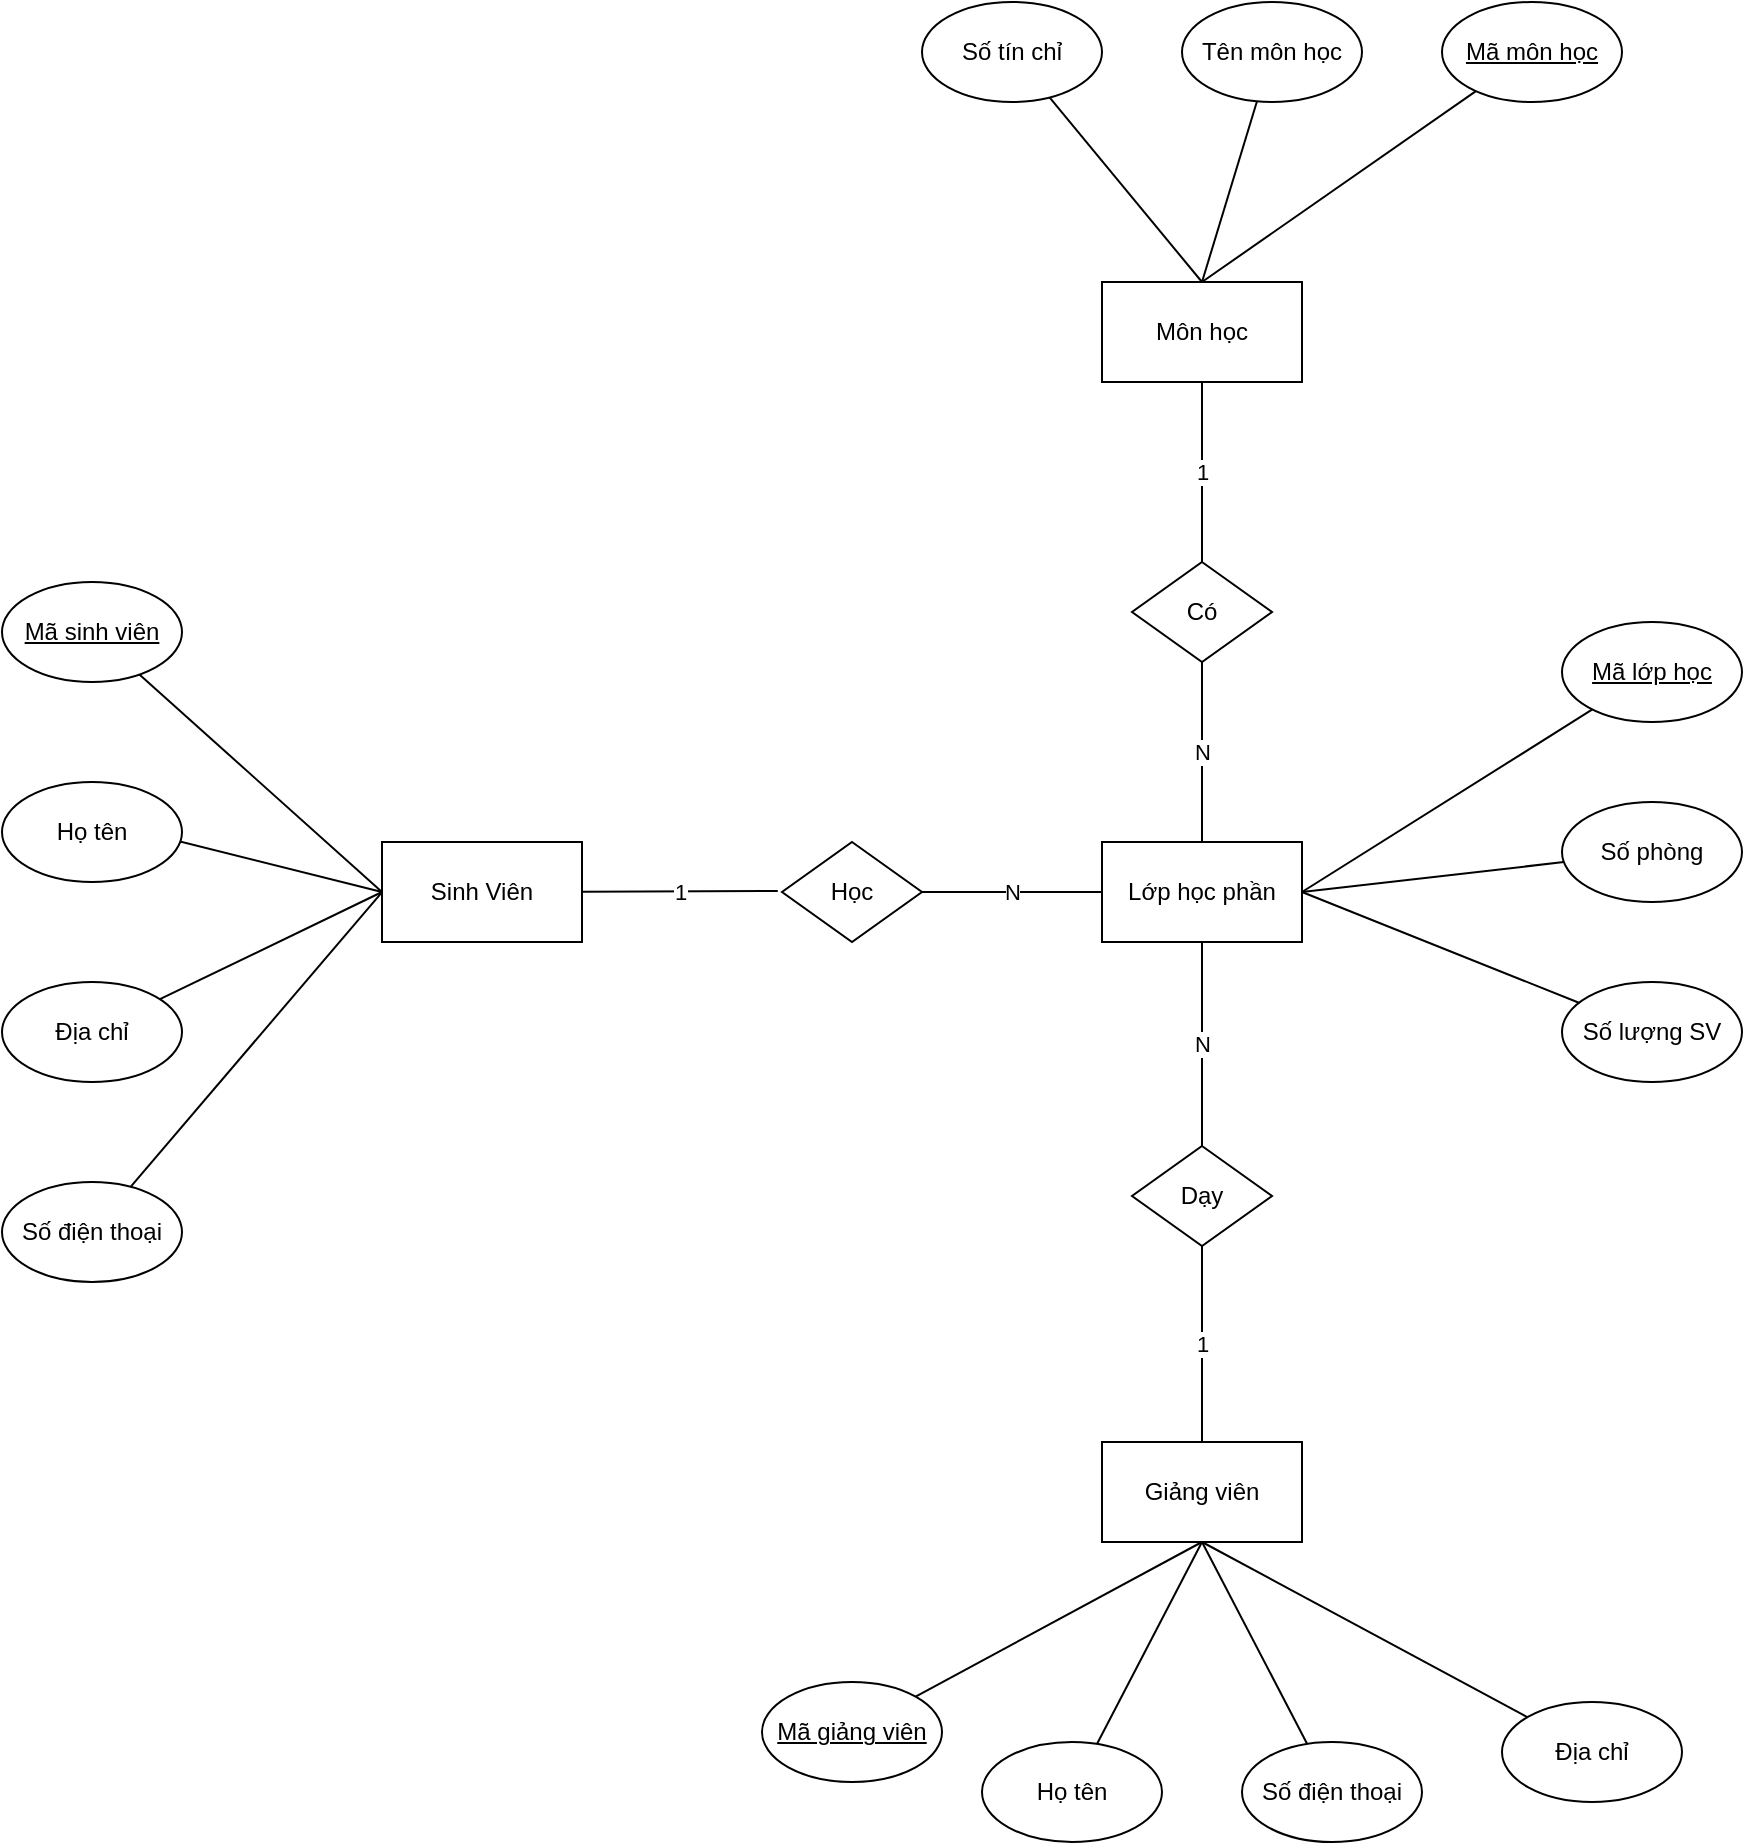
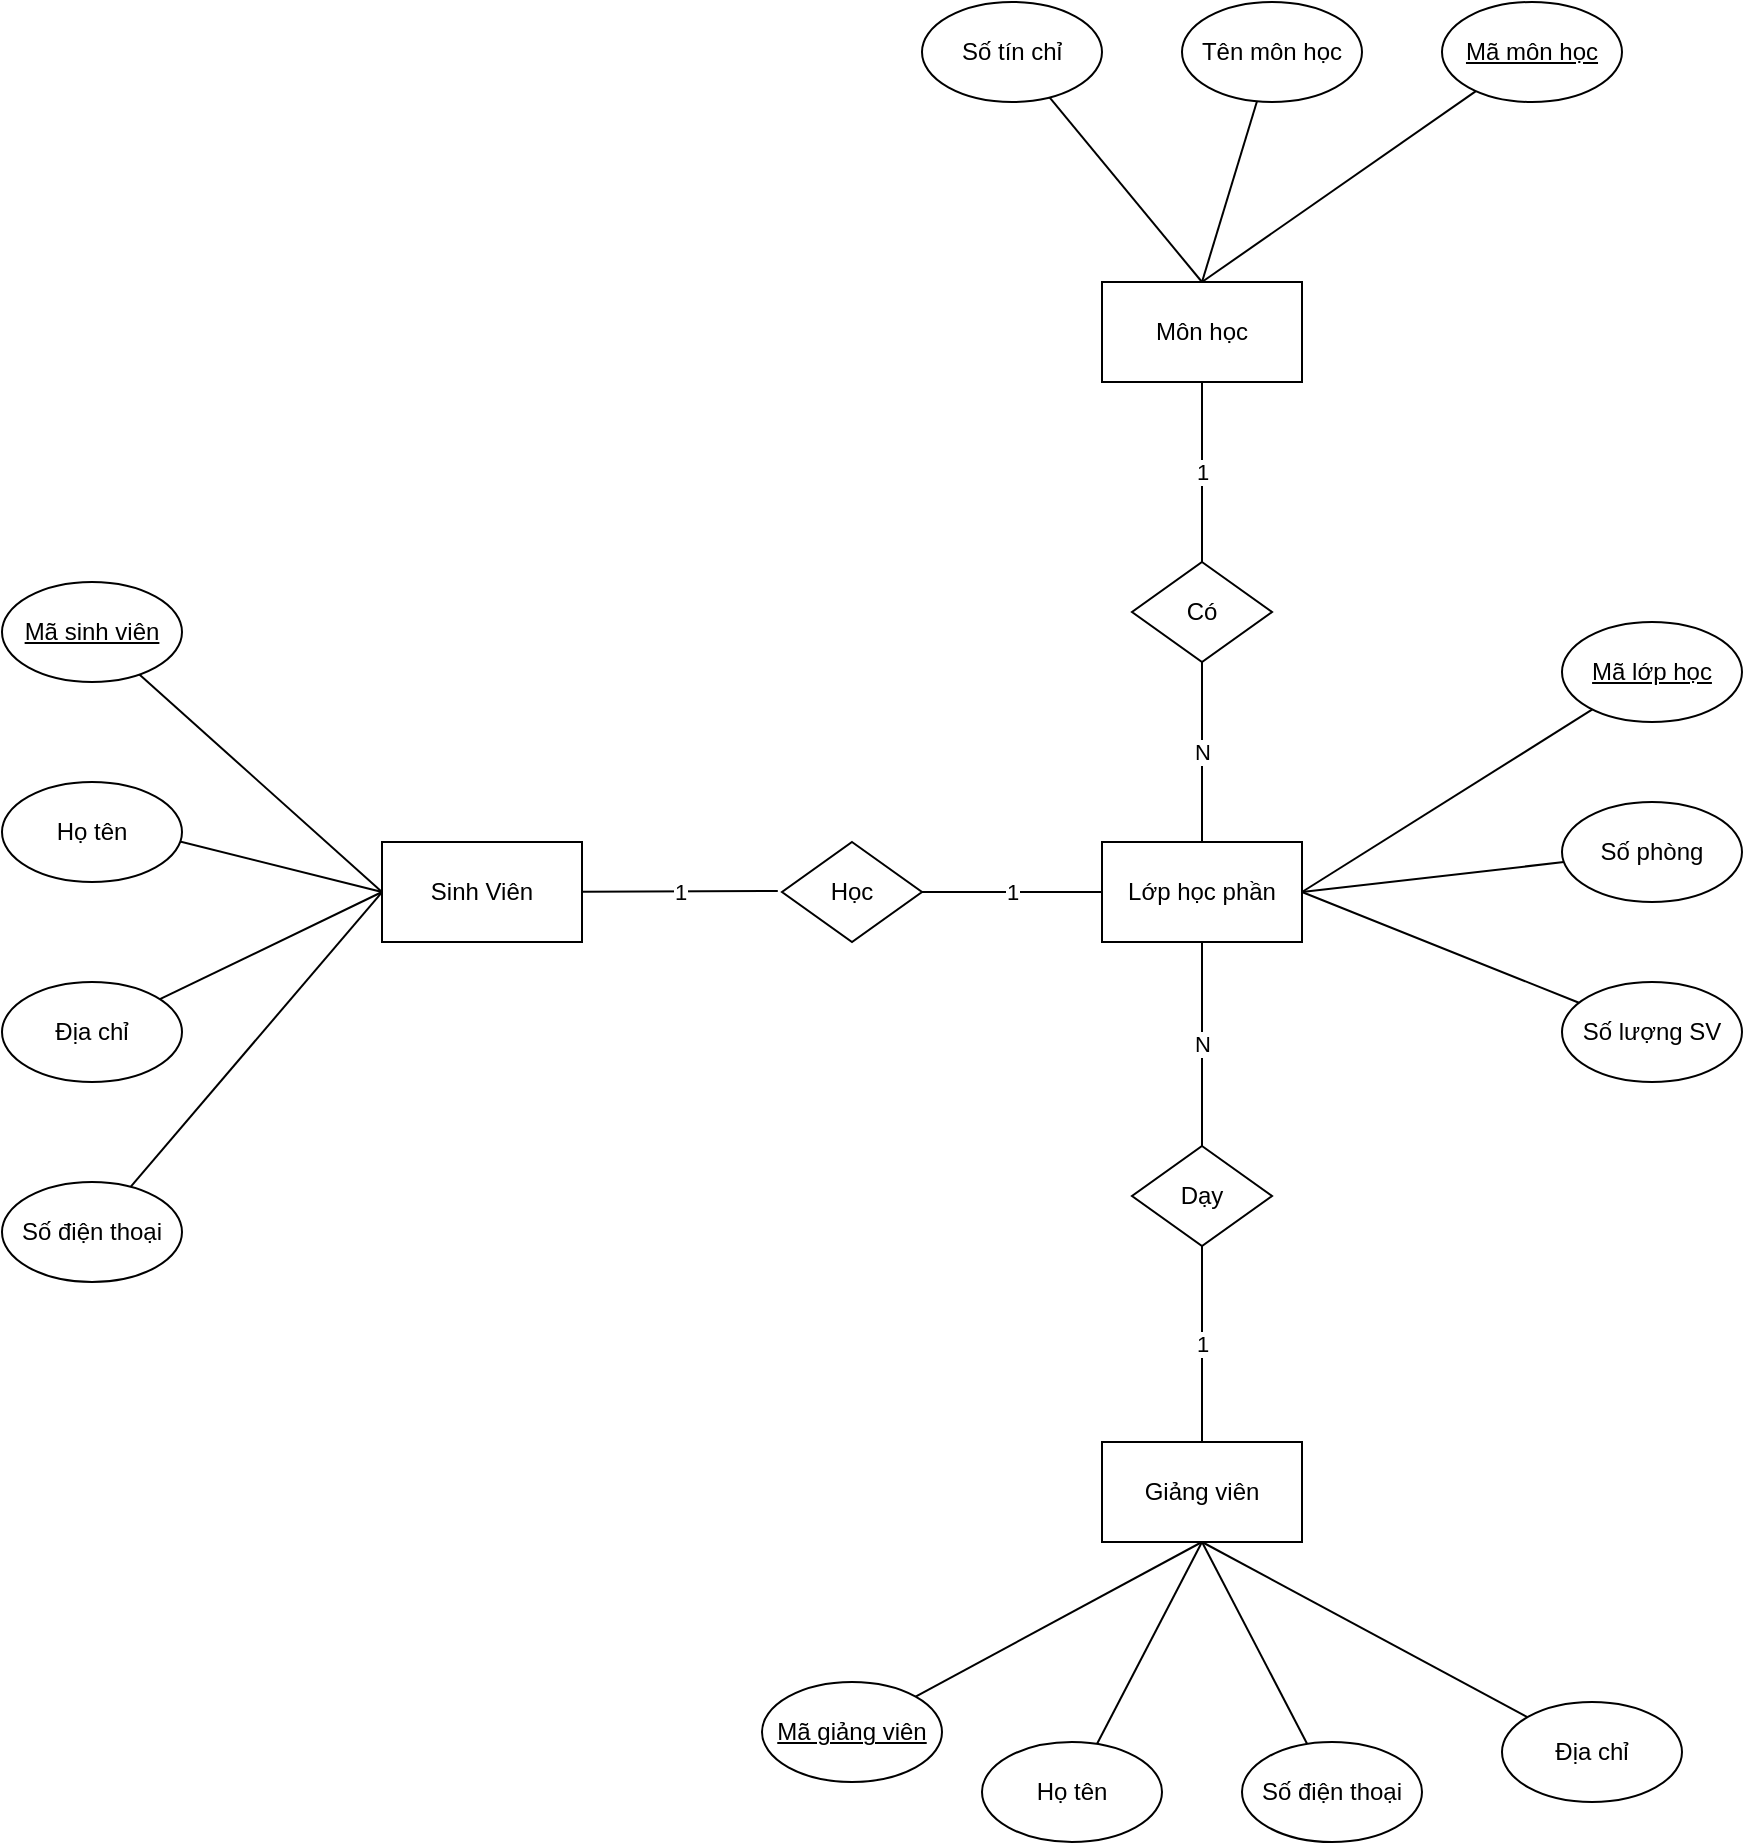
<mxfile host="app.diagrams.net">
  <diagram name="Trang-1" id="oclIsBtD-mq3vYVD-4Aw">
    <mxGraphModel dx="3117" dy="1780" grid="1" gridSize="10" guides="1" tooltips="1" connect="1" arrows="1" fold="1" page="1" pageScale="1" pageWidth="1169" pageHeight="1654" background="none" math="0" shadow="0">
      <root>
        <mxCell id="0" />
        <mxCell id="1" parent="0" />
        <mxCell id="jXG8GZ7v_RTfJuNhAE7X-1" parent="1" style="rounded=0;whiteSpace=wrap;html=1;" value="Sinh Viên" vertex="1">
          <mxGeometry height="50" width="100" x="220" y="650" as="geometry" />
        </mxCell>
        <mxCell id="jXG8GZ7v_RTfJuNhAE7X-6" edge="1" parent="1" source="jXG8GZ7v_RTfJuNhAE7X-2" style="rounded=0;orthogonalLoop=1;jettySize=auto;html=1;entryX=0.5;entryY=0;entryDx=0;entryDy=0;endArrow=none;endFill=0;" target="jXG8GZ7v_RTfJuNhAE7X-5" value="1">
          <mxGeometry relative="1" as="geometry" />
        </mxCell>
        <mxCell id="jXG8GZ7v_RTfJuNhAE7X-2" parent="1" style="rounded=0;whiteSpace=wrap;html=1;" value="Môn học" vertex="1">
          <mxGeometry height="50" width="100" x="580" y="370" as="geometry" />
        </mxCell>
        <mxCell id="jXG8GZ7v_RTfJuNhAE7X-3" parent="1" style="rounded=0;whiteSpace=wrap;html=1;" value="Lớp học phần" vertex="1">
          <mxGeometry height="50" width="100" x="580" y="650" as="geometry" />
        </mxCell>
        <mxCell id="jXG8GZ7v_RTfJuNhAE7X-7" edge="1" parent="1" source="jXG8GZ7v_RTfJuNhAE7X-5" style="rounded=0;orthogonalLoop=1;jettySize=auto;html=1;entryX=0.5;entryY=0;entryDx=0;entryDy=0;endArrow=none;endFill=0;" target="jXG8GZ7v_RTfJuNhAE7X-3" value="N">
          <mxGeometry relative="1" as="geometry" />
        </mxCell>
        <mxCell id="jXG8GZ7v_RTfJuNhAE7X-5" parent="1" style="rhombus;whiteSpace=wrap;html=1;" value="Có" vertex="1">
          <mxGeometry height="50" width="70" x="595" y="510" as="geometry" />
        </mxCell>
-         <mxCell id="jXG8GZ7v_RTfJuNhAE7X-24" edge="1" parent="1" source="jXG8GZ7v_RTfJuNhAE7X-9" style="rounded=0;orthogonalLoop=1;jettySize=auto;html=1;entryX=0;entryY=0.5;entryDx=0;entryDy=0;endArrow=none;endFill=0;" target="jXG8GZ7v_RTfJuNhAE7X-3" value="N">
+         <mxCell id="jXG8GZ7v_RTfJuNhAE7X-24" edge="1" parent="1" source="jXG8GZ7v_RTfJuNhAE7X-9" style="rounded=0;orthogonalLoop=1;jettySize=auto;html=1;entryX=0;entryY=0.5;entryDx=0;entryDy=0;endArrow=none;endFill=0;" target="jXG8GZ7v_RTfJuNhAE7X-3" value="1">
          <mxGeometry relative="1" as="geometry" />
        </mxCell>
        <mxCell id="jXG8GZ7v_RTfJuNhAE7X-9" parent="1" style="rhombus;whiteSpace=wrap;html=1;" value="Học" vertex="1">
          <mxGeometry height="50" width="70" x="420" y="650" as="geometry" />
        </mxCell>
        <mxCell id="jXG8GZ7v_RTfJuNhAE7X-12" edge="1" parent="1" source="jXG8GZ7v_RTfJuNhAE7X-10" style="rounded=0;orthogonalLoop=1;jettySize=auto;html=1;entryX=0.5;entryY=1;entryDx=0;entryDy=0;endArrow=none;endFill=0;" target="jXG8GZ7v_RTfJuNhAE7X-11" value="1">
          <mxGeometry relative="1" as="geometry" />
        </mxCell>
        <mxCell id="jXG8GZ7v_RTfJuNhAE7X-10" parent="1" style="rounded=0;whiteSpace=wrap;html=1;" value="Giảng viên" vertex="1">
          <mxGeometry height="50" width="100" x="580" y="950" as="geometry" />
        </mxCell>
        <mxCell id="jXG8GZ7v_RTfJuNhAE7X-14" edge="1" parent="1" source="jXG8GZ7v_RTfJuNhAE7X-11" style="rounded=0;orthogonalLoop=1;jettySize=auto;html=1;exitX=0.5;exitY=0;exitDx=0;exitDy=0;entryX=0.5;entryY=1;entryDx=0;entryDy=0;endArrow=none;endFill=0;" target="jXG8GZ7v_RTfJuNhAE7X-3" value="N">
          <mxGeometry relative="1" as="geometry" />
        </mxCell>
        <mxCell id="jXG8GZ7v_RTfJuNhAE7X-11" parent="1" style="rhombus;whiteSpace=wrap;html=1;" value="Dạy" vertex="1">
          <mxGeometry height="50" width="70" x="595" y="802" as="geometry" />
        </mxCell>
        <mxCell id="jXG8GZ7v_RTfJuNhAE7X-19" edge="1" parent="1" source="jXG8GZ7v_RTfJuNhAE7X-15" style="rounded=0;orthogonalLoop=1;jettySize=auto;html=1;entryX=0;entryY=0.5;entryDx=0;entryDy=0;endArrow=none;endFill=0;" target="jXG8GZ7v_RTfJuNhAE7X-1">
          <mxGeometry relative="1" as="geometry" />
        </mxCell>
        <mxCell id="jXG8GZ7v_RTfJuNhAE7X-15" parent="1" style="ellipse;whiteSpace=wrap;html=1;" value="&lt;u&gt;Mã sinh viên&lt;/u&gt;" vertex="1">
          <mxGeometry height="50" width="90" x="30" y="520" as="geometry" />
        </mxCell>
        <mxCell id="jXG8GZ7v_RTfJuNhAE7X-20" edge="1" parent="1" style="rounded=0;orthogonalLoop=1;jettySize=auto;html=1;entryX=0;entryY=0.5;entryDx=0;entryDy=0;endArrow=none;endFill=0;" target="jXG8GZ7v_RTfJuNhAE7X-1">
          <mxGeometry relative="1" as="geometry">
            <mxPoint x="100" y="645" as="sourcePoint" />
            <mxPoint x="200" y="680" as="targetPoint" />
          </mxGeometry>
        </mxCell>
        <mxCell id="jXG8GZ7v_RTfJuNhAE7X-16" parent="1" style="ellipse;whiteSpace=wrap;html=1;" value="Họ tên" vertex="1">
          <mxGeometry height="50" width="90" x="30" y="620" as="geometry" />
        </mxCell>
        <mxCell id="jXG8GZ7v_RTfJuNhAE7X-21" edge="1" parent="1" source="jXG8GZ7v_RTfJuNhAE7X-17" style="rounded=0;orthogonalLoop=1;jettySize=auto;html=1;entryX=0;entryY=0.5;entryDx=0;entryDy=0;endArrow=none;endFill=0;" target="jXG8GZ7v_RTfJuNhAE7X-1">
          <mxGeometry relative="1" as="geometry" />
        </mxCell>
        <mxCell id="jXG8GZ7v_RTfJuNhAE7X-17" parent="1" style="ellipse;whiteSpace=wrap;html=1;" value="Địa chỉ" vertex="1">
          <mxGeometry height="50" width="90" x="30" y="720" as="geometry" />
        </mxCell>
        <mxCell id="jXG8GZ7v_RTfJuNhAE7X-22" edge="1" parent="1" source="jXG8GZ7v_RTfJuNhAE7X-18" style="rounded=0;orthogonalLoop=1;jettySize=auto;html=1;entryX=-0.005;entryY=0.514;entryDx=0;entryDy=0;entryPerimeter=0;endArrow=none;endFill=0;" target="jXG8GZ7v_RTfJuNhAE7X-1">
          <mxGeometry relative="1" as="geometry">
            <mxPoint x="190" y="710" as="targetPoint" />
          </mxGeometry>
        </mxCell>
        <mxCell id="jXG8GZ7v_RTfJuNhAE7X-18" parent="1" style="ellipse;whiteSpace=wrap;html=1;" value="Số điện thoại" vertex="1">
          <mxGeometry height="50" width="90" x="30" y="820" as="geometry" />
        </mxCell>
        <mxCell id="jXG8GZ7v_RTfJuNhAE7X-23" edge="1" parent="1" source="jXG8GZ7v_RTfJuNhAE7X-1" style="rounded=0;orthogonalLoop=1;jettySize=auto;html=1;entryX=-0.03;entryY=0.489;entryDx=0;entryDy=0;entryPerimeter=0;endArrow=none;endFill=0;" target="jXG8GZ7v_RTfJuNhAE7X-9" value="1">
          <mxGeometry relative="1" as="geometry" />
        </mxCell>
        <mxCell id="jXG8GZ7v_RTfJuNhAE7X-32" edge="1" parent="1" source="jXG8GZ7v_RTfJuNhAE7X-25" style="rounded=0;orthogonalLoop=1;jettySize=auto;html=1;entryX=0.5;entryY=0;entryDx=0;entryDy=0;endArrow=none;endFill=0;" target="jXG8GZ7v_RTfJuNhAE7X-2">
          <mxGeometry relative="1" as="geometry" />
        </mxCell>
        <mxCell id="jXG8GZ7v_RTfJuNhAE7X-25" parent="1" style="ellipse;whiteSpace=wrap;html=1;" value="&lt;u&gt;Mã môn học&lt;/u&gt;" vertex="1">
          <mxGeometry height="50" width="90" x="750" y="230" as="geometry" />
        </mxCell>
        <mxCell id="jXG8GZ7v_RTfJuNhAE7X-31" edge="1" parent="1" source="jXG8GZ7v_RTfJuNhAE7X-26" style="rounded=0;orthogonalLoop=1;jettySize=auto;html=1;entryX=0.5;entryY=0;entryDx=0;entryDy=0;endArrow=none;endFill=0;" target="jXG8GZ7v_RTfJuNhAE7X-2">
          <mxGeometry relative="1" as="geometry" />
        </mxCell>
        <mxCell id="jXG8GZ7v_RTfJuNhAE7X-26" parent="1" style="ellipse;whiteSpace=wrap;html=1;" value="Tên môn học" vertex="1">
          <mxGeometry height="50" width="90" x="620" y="230" as="geometry" />
        </mxCell>
        <mxCell id="jXG8GZ7v_RTfJuNhAE7X-28" edge="1" parent="1" source="jXG8GZ7v_RTfJuNhAE7X-27" style="rounded=0;orthogonalLoop=1;jettySize=auto;html=1;entryX=0.5;entryY=0;entryDx=0;entryDy=0;endArrow=none;endFill=0;" target="jXG8GZ7v_RTfJuNhAE7X-2">
          <mxGeometry relative="1" as="geometry" />
        </mxCell>
        <mxCell id="jXG8GZ7v_RTfJuNhAE7X-27" parent="1" style="ellipse;whiteSpace=wrap;html=1;" value="Số tín chỉ" vertex="1">
          <mxGeometry height="50" width="90" x="490" y="230" as="geometry" />
        </mxCell>
        <mxCell id="jXG8GZ7v_RTfJuNhAE7X-36" edge="1" parent="1" source="jXG8GZ7v_RTfJuNhAE7X-33" style="rounded=0;orthogonalLoop=1;jettySize=auto;html=1;entryX=1;entryY=0.5;entryDx=0;entryDy=0;endArrow=none;endFill=0;" target="jXG8GZ7v_RTfJuNhAE7X-3">
          <mxGeometry relative="1" as="geometry" />
        </mxCell>
        <mxCell id="jXG8GZ7v_RTfJuNhAE7X-33" parent="1" style="ellipse;whiteSpace=wrap;html=1;" value="&lt;u&gt;Mã lớp học&lt;/u&gt;" vertex="1">
          <mxGeometry height="50" width="90" x="810" y="540" as="geometry" />
        </mxCell>
        <mxCell id="jXG8GZ7v_RTfJuNhAE7X-37" edge="1" parent="1" source="jXG8GZ7v_RTfJuNhAE7X-34" style="rounded=0;orthogonalLoop=1;jettySize=auto;html=1;entryX=1;entryY=0.5;entryDx=0;entryDy=0;endArrow=none;endFill=0;" target="jXG8GZ7v_RTfJuNhAE7X-3">
          <mxGeometry relative="1" as="geometry" />
        </mxCell>
        <mxCell id="jXG8GZ7v_RTfJuNhAE7X-34" parent="1" style="ellipse;whiteSpace=wrap;html=1;" value="Số phòng" vertex="1">
          <mxGeometry height="50" width="90" x="810" y="630" as="geometry" />
        </mxCell>
        <mxCell id="jXG8GZ7v_RTfJuNhAE7X-38" edge="1" parent="1" source="jXG8GZ7v_RTfJuNhAE7X-35" style="rounded=0;orthogonalLoop=1;jettySize=auto;html=1;entryX=1;entryY=0.5;entryDx=0;entryDy=0;endArrow=none;endFill=0;" target="jXG8GZ7v_RTfJuNhAE7X-3">
          <mxGeometry relative="1" as="geometry">
            <mxPoint x="710" y="700" as="targetPoint" />
          </mxGeometry>
        </mxCell>
        <mxCell id="jXG8GZ7v_RTfJuNhAE7X-35" parent="1" style="ellipse;whiteSpace=wrap;html=1;" value="Số lượng SV" vertex="1">
          <mxGeometry height="50" width="90" x="810" y="720" as="geometry" />
        </mxCell>
        <mxCell id="jXG8GZ7v_RTfJuNhAE7X-43" edge="1" parent="1" source="jXG8GZ7v_RTfJuNhAE7X-39" style="rounded=0;orthogonalLoop=1;jettySize=auto;html=1;exitX=1;exitY=0;exitDx=0;exitDy=0;entryX=0.5;entryY=1;entryDx=0;entryDy=0;endArrow=none;endFill=0;" target="jXG8GZ7v_RTfJuNhAE7X-10">
          <mxGeometry relative="1" as="geometry" />
        </mxCell>
        <mxCell id="jXG8GZ7v_RTfJuNhAE7X-39" parent="1" style="ellipse;whiteSpace=wrap;html=1;" value="&lt;u&gt;Mã giảng viên&lt;/u&gt;" vertex="1">
          <mxGeometry height="50" width="90" x="410" y="1070" as="geometry" />
        </mxCell>
        <mxCell id="jXG8GZ7v_RTfJuNhAE7X-44" edge="1" parent="1" source="jXG8GZ7v_RTfJuNhAE7X-40" style="rounded=0;orthogonalLoop=1;jettySize=auto;html=1;endArrow=none;endFill=0;">
          <mxGeometry relative="1" as="geometry">
            <mxPoint x="630" y="1000" as="targetPoint" />
          </mxGeometry>
        </mxCell>
        <mxCell id="jXG8GZ7v_RTfJuNhAE7X-40" parent="1" style="ellipse;whiteSpace=wrap;html=1;" value="Họ tên" vertex="1">
          <mxGeometry height="50" width="90" x="520" y="1100" as="geometry" />
        </mxCell>
        <mxCell id="jXG8GZ7v_RTfJuNhAE7X-45" edge="1" parent="1" source="jXG8GZ7v_RTfJuNhAE7X-41" style="rounded=0;orthogonalLoop=1;jettySize=auto;html=1;endArrow=none;endFill=0;">
          <mxGeometry relative="1" as="geometry">
            <mxPoint x="630.0000000000002" y="1000" as="targetPoint" />
          </mxGeometry>
        </mxCell>
        <mxCell id="jXG8GZ7v_RTfJuNhAE7X-41" parent="1" style="ellipse;whiteSpace=wrap;html=1;" value="Số điện thoại" vertex="1">
          <mxGeometry height="50" width="90" x="650" y="1100" as="geometry" />
        </mxCell>
        <mxCell id="jXG8GZ7v_RTfJuNhAE7X-46" edge="1" parent="1" source="jXG8GZ7v_RTfJuNhAE7X-42" style="rounded=0;orthogonalLoop=1;jettySize=auto;html=1;entryX=0.5;entryY=1;entryDx=0;entryDy=0;endArrow=none;endFill=0;" target="jXG8GZ7v_RTfJuNhAE7X-10">
          <mxGeometry relative="1" as="geometry" />
        </mxCell>
        <mxCell id="jXG8GZ7v_RTfJuNhAE7X-42" parent="1" style="ellipse;whiteSpace=wrap;html=1;" value="Địa chỉ" vertex="1">
          <mxGeometry height="50" width="90" x="780" y="1080" as="geometry" />
        </mxCell>
      </root>
    </mxGraphModel>
  </diagram>
</mxfile>
